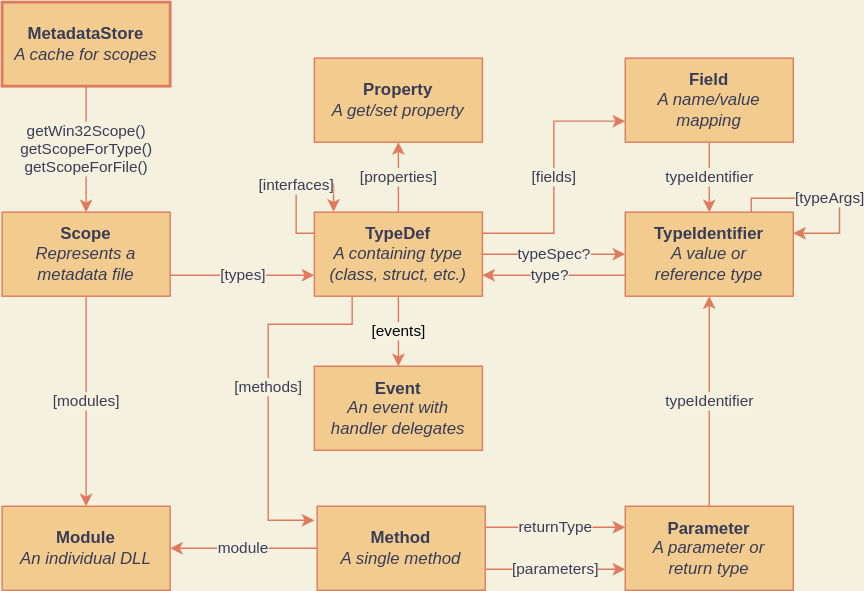
The draw.io diagram metadata.drawio.svg in halildurmus/win32, before a commit. Source tidied: cells renumbered, new cells last; positions are measured from the earlier drawing's top-left corner, leaving out a move shared by most shapes.
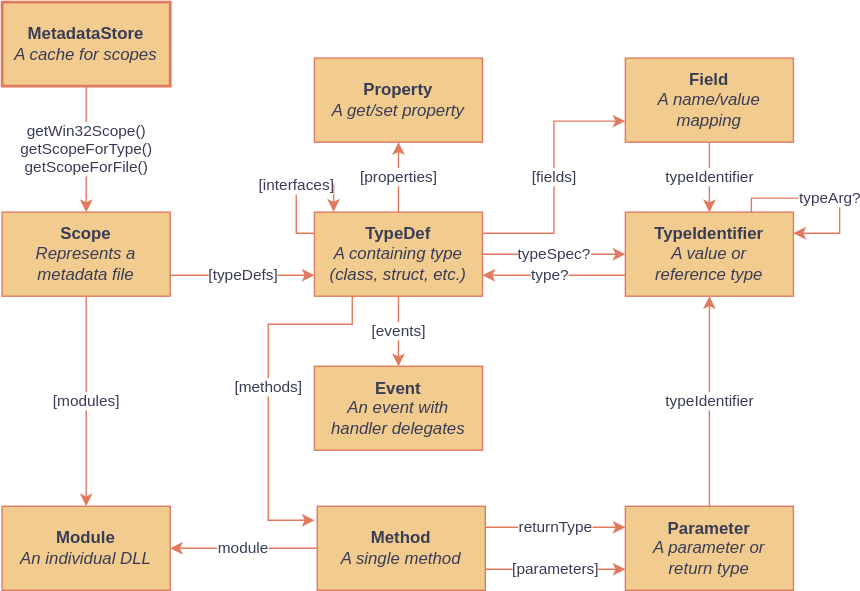
Above is the later version.

What changed in the source:
```diff
@@ -1,17 +1,17 @@
-<mxGraphModel background="#F4F1DE">
+<mxGraphModel>
   <root>
     <mxCell id="0" />
     <mxCell id="1" parent="0" />
-    <mxCell id="2" value="&lt;span style=&quot;&quot;&gt;[properties]&lt;/span&gt;" style="edgeStyle=orthogonalEdgeStyle;rounded=0;jettySize=auto;html=1;strokeColor=#E07A5F;labelBackgroundColor=#F4F1DE;labelBorderColor=none;fontColor=#393C56;" parent="1" edge="1" source="11" target="25">
+    <mxCell id="2" value="&lt;span style=&quot;&quot;&gt;[properties]&lt;/span&gt;" style="edgeStyle=orthogonalEdgeStyle;rounded=0;jettySize=auto;html=1;strokeColor=#E07A5F;labelBackgroundColor=#ffffff;labelBorderColor=none;fontColor=#393C56;" parent="1" edge="1" source="11" target="25">
       <mxGeometry relative="1" as="geometry" />
     </mxCell>
-    <mxCell id="3" value="getWin32Scope()&lt;br&gt;getScopeForType()&lt;br&gt;getScopeForFile()" style="edgeStyle=orthogonalEdgeStyle;rounded=0;jettySize=auto;html=1;strokeColor=#E07A5F;fontColor=#393C56;labelBackgroundColor=#F4F1DE;" parent="1" edge="1" source="4" target="7">
+    <mxCell id="3" value="getWin32Scope()&lt;br&gt;getScopeForType()&lt;br&gt;getScopeForFile()" style="edgeStyle=orthogonalEdgeStyle;rounded=0;jettySize=auto;html=1;strokeColor=#E07A5F;fontColor=#393C56;labelBackgroundColor=#ffffff;" parent="1" edge="1" source="4" target="7">
       <mxGeometry relative="1" as="geometry" />
     </mxCell>
     <mxCell id="4" value="&lt;b&gt;MetadataStore&lt;/b&gt;&lt;br&gt;&lt;i&gt;A cache for scopes&lt;/i&gt;" style="whiteSpace=wrap;html=1;fillColor=#F2CC8F;strokeColor=#E07A5F;fontColor=#393C56;strokeWidth=2;" parent="1" vertex="1">
       <mxGeometry width="120" height="60" as="geometry" />
     </mxCell>
-    <mxCell id="5" value="[types]" style="edgeStyle=orthogonalEdgeStyle;rounded=0;jettySize=auto;html=1;strokeColor=#E07A5F;fontColor=#393C56;labelBackgroundColor=#F4F1DE;exitX=1;exitY=0.75;exitDx=0;exitDy=0;entryX=0;entryY=0.75;entryDx=0;entryDy=0;" parent="1" edge="1" source="7" target="11">
+    <mxCell id="5" value="[typeDefs]" style="edgeStyle=orthogonalEdgeStyle;rounded=0;jettySize=auto;html=1;strokeColor=#E07A5F;fontColor=#393C56;labelBackgroundColor=#ffffff;exitX=1;exitY=0.75;exitDx=0;exitDy=0;entryX=0;entryY=0.75;entryDx=0;entryDy=0;" parent="1" edge="1" source="7" target="11">
       <mxGeometry relative="1" as="geometry">
         <Array as="points">
           <mxPoint x="180" y="195" />
@@ -19,13 +19,13 @@
         </Array>
       </mxGeometry>
     </mxCell>
-    <mxCell id="6" value="[modules]" style="edgeStyle=orthogonalEdgeStyle;rounded=0;jettySize=auto;html=1;exitX=0.5;exitY=1;exitDx=0;exitDy=0;entryX=0.5;entryY=0;entryDx=0;entryDy=0;fillColor=#F2CC8F;strokeColor=#E07A5F;fontColor=#393C56;labelBackgroundColor=#F4F1DE;" parent="1" edge="1" source="7" target="22">
+    <mxCell id="6" value="[modules]" style="edgeStyle=orthogonalEdgeStyle;rounded=0;jettySize=auto;html=1;exitX=0.5;exitY=1;exitDx=0;exitDy=0;entryX=0.5;entryY=0;entryDx=0;entryDy=0;strokeColor=#E07A5F;fontColor=#393C56;labelBackgroundColor=#ffffff;" parent="1" edge="1" source="7" target="22">
       <mxGeometry relative="1" as="geometry" />
     </mxCell>
     <mxCell id="7" value="&lt;b&gt;Scope&lt;/b&gt;&lt;br&gt;&lt;i&gt;Represents a metadata file&lt;/i&gt;" style="whiteSpace=wrap;html=1;fillColor=#F2CC8F;strokeColor=#E07A5F;fontColor=#393C56;" parent="1" vertex="1">
       <mxGeometry y="150" width="120" height="60" as="geometry" />
     </mxCell>
-    <mxCell id="8" value="[methods]" style="edgeStyle=orthogonalEdgeStyle;rounded=0;jettySize=auto;html=1;strokeColor=#E07A5F;fontColor=#393C56;labelBackgroundColor=#F4F1DE;exitX=0.25;exitY=1;exitDx=0;exitDy=0;" parent="1" edge="1" source="11">
+    <mxCell id="8" value="[methods]" style="edgeStyle=orthogonalEdgeStyle;rounded=0;jettySize=auto;html=1;strokeColor=#E07A5F;fontColor=#393C56;labelBackgroundColor=#ffffff;exitX=0.25;exitY=1;exitDx=0;exitDy=0;" parent="1" edge="1" source="11">
       <mxGeometry relative="1" as="geometry">
         <mxPoint x="223" y="370" as="targetPoint" />
         <Array as="points">
@@ -36,7 +36,7 @@
         </Array>
       </mxGeometry>
     </mxCell>
-    <mxCell id="9" value="[interfaces]" style="edgeStyle=orthogonalEdgeStyle;rounded=0;orthogonalLoop=1;jettySize=auto;html=1;exitX=0;exitY=0.25;exitDx=0;exitDy=0;entryX=0.114;entryY=-0.006;entryDx=0;entryDy=0;entryPerimeter=0;strokeColor=#E07A5F;labelBackgroundColor=#F4F1DE;fontColor=#393C56;" parent="1" edge="1" source="11" target="11">
+    <mxCell id="9" value="[interfaces]" style="edgeStyle=orthogonalEdgeStyle;rounded=0;orthogonalLoop=1;jettySize=auto;html=1;exitX=0;exitY=0.25;exitDx=0;exitDy=0;entryX=0.114;entryY=-0.006;entryDx=0;entryDy=0;entryPerimeter=0;strokeColor=#E07A5F;labelBackgroundColor=#ffffff;fontColor=#393C56;" parent="1" edge="1" source="11" target="11">
       <mxGeometry relative="1" as="geometry">
         <Array as="points">
           <mxPoint x="210" y="165" />
@@ -45,37 +45,37 @@
         </Array>
       </mxGeometry>
     </mxCell>
-    <mxCell id="10" value="[events]" style="edgeStyle=orthogonalEdgeStyle;rounded=0;jettySize=auto;html=1;labelBackgroundColor=#F4F1DE;strokeColor=#E07A5F;" parent="1" edge="1" source="11" target="27">
+    <mxCell id="10" value="[events]" style="edgeStyle=orthogonalEdgeStyle;rounded=0;jettySize=auto;html=1;labelBackgroundColor=#ffffff;strokeColor=#E07A5F;fontColor=#393C56;" parent="1" edge="1" source="11" target="27">
       <mxGeometry relative="1" as="geometry" />
     </mxCell>
     <mxCell id="11" value="&lt;b&gt;TypeDef&lt;/b&gt;&lt;br&gt;&lt;i&gt;A containing type (class, struct, etc.)&lt;/i&gt;" style="whiteSpace=wrap;html=1;fillColor=#F2CC8F;strokeColor=#E07A5F;fontColor=#393C56;" parent="1" vertex="1">
       <mxGeometry x="223" y="150" width="120" height="60" as="geometry" />
     </mxCell>
-    <mxCell id="12" value="[parameters]" style="edgeStyle=orthogonalEdgeStyle;rounded=0;jettySize=auto;html=1;exitX=1;exitY=0.75;exitDx=0;exitDy=0;entryX=0;entryY=0.75;entryDx=0;entryDy=0;strokeColor=#E07A5F;fontColor=#393C56;labelBackgroundColor=#F4F1DE;" parent="1" edge="1" source="15" target="17">
+    <mxCell id="12" value="[parameters]" style="edgeStyle=orthogonalEdgeStyle;rounded=0;jettySize=auto;html=1;exitX=1;exitY=0.75;exitDx=0;exitDy=0;entryX=0;entryY=0.75;entryDx=0;entryDy=0;strokeColor=#E07A5F;fontColor=#393C56;labelBackgroundColor=#ffffff;" parent="1" edge="1" source="15" target="17">
       <mxGeometry relative="1" as="geometry" />
     </mxCell>
-    <mxCell id="13" value="returnType" style="edgeStyle=orthogonalEdgeStyle;rounded=0;jettySize=auto;html=1;exitX=1;exitY=0.25;exitDx=0;exitDy=0;entryX=0;entryY=0.25;entryDx=0;entryDy=0;strokeColor=#E07A5F;fontColor=#393C56;labelBackgroundColor=#F4F1DE;" parent="1" edge="1" source="15" target="17">
+    <mxCell id="13" value="returnType" style="edgeStyle=orthogonalEdgeStyle;rounded=0;jettySize=auto;html=1;exitX=1;exitY=0.25;exitDx=0;exitDy=0;entryX=0;entryY=0.25;entryDx=0;entryDy=0;strokeColor=#E07A5F;fontColor=#393C56;labelBackgroundColor=#ffffff;" parent="1" edge="1" source="15" target="17">
       <mxGeometry relative="1" as="geometry" />
     </mxCell>
-    <mxCell id="14" value="module" style="edgeStyle=orthogonalEdgeStyle;rounded=0;sketch=0;jettySize=auto;html=1;exitX=0;exitY=0.5;exitDx=0;exitDy=0;entryX=1;entryY=0.5;entryDx=0;entryDy=0;strokeColor=#E07A5F;fillColor=#F2CC8F;fontColor=#393C56;labelBackgroundColor=#F4F1DE;" parent="1" edge="1" source="15" target="22">
+    <mxCell id="14" value="module" style="edgeStyle=orthogonalEdgeStyle;rounded=0;jettySize=auto;html=1;exitX=0;exitY=0.5;exitDx=0;exitDy=0;entryX=1;entryY=0.5;entryDx=0;entryDy=0;strokeColor=#E07A5F;fontColor=#393C56;labelBackgroundColor=#ffffff;" parent="1" edge="1" source="15" target="22">
       <mxGeometry relative="1" as="geometry" />
     </mxCell>
     <mxCell id="15" value="&lt;b&gt;Method&lt;/b&gt;&lt;br&gt;&lt;i&gt;A single method&lt;/i&gt;" style="whiteSpace=wrap;html=1;fillColor=#F2CC8F;strokeColor=#E07A5F;fontColor=#393C56;" parent="1" vertex="1">
       <mxGeometry x="225" y="360" width="120" height="60" as="geometry" />
     </mxCell>
-    <mxCell id="16" value="typeIdentifier" style="edgeStyle=orthogonalEdgeStyle;rounded=0;jettySize=auto;html=1;strokeColor=#E07A5F;fontColor=#393C56;labelBackgroundColor=#F4F1DE;" parent="1" edge="1" source="17" target="19">
+    <mxCell id="16" value="typeIdentifier" style="edgeStyle=orthogonalEdgeStyle;rounded=0;jettySize=auto;html=1;strokeColor=#E07A5F;fontColor=#393C56;labelBackgroundColor=#ffffff;" parent="1" edge="1" source="17" target="19">
       <mxGeometry relative="1" as="geometry" />
     </mxCell>
     <mxCell id="17" value="&lt;b&gt;Parameter&lt;/b&gt;&lt;br&gt;&lt;i&gt;A parameter or &lt;br&gt;return type&lt;/i&gt;" style="whiteSpace=wrap;html=1;fillColor=#F2CC8F;strokeColor=#E07A5F;fontColor=#393C56;" parent="1" vertex="1">
       <mxGeometry x="445" y="360" width="120" height="60" as="geometry" />
     </mxCell>
-    <mxCell id="18" value="type?" style="edgeStyle=orthogonalEdgeStyle;rounded=0;jettySize=auto;html=1;exitX=0;exitY=0.75;exitDx=0;exitDy=0;entryX=1;entryY=0.75;entryDx=0;entryDy=0;strokeColor=#E07A5F;fontColor=#393C56;labelBackgroundColor=#F4F1DE;" parent="1" edge="1" source="19" target="11">
+    <mxCell id="18" value="type?" style="edgeStyle=orthogonalEdgeStyle;rounded=0;jettySize=auto;html=1;exitX=0;exitY=0.75;exitDx=0;exitDy=0;entryX=1;entryY=0.75;entryDx=0;entryDy=0;strokeColor=#E07A5F;fontColor=#393C56;labelBackgroundColor=#ffffff;" parent="1" edge="1" source="19" target="11">
       <mxGeometry x="0.06" relative="1" as="geometry" />
     </mxCell>
     <mxCell id="19" value="&lt;b&gt;TypeIdentifier&lt;br&gt;&lt;/b&gt;&lt;i&gt;A value or &lt;br&gt;reference type&lt;/i&gt;" style="whiteSpace=wrap;html=1;fillColor=#F2CC8F;strokeColor=#E07A5F;fontColor=#393C56;" parent="1" vertex="1">
       <mxGeometry x="445" y="150" width="120" height="60" as="geometry" />
     </mxCell>
-    <mxCell id="20" value="[typeArgs]" style="edgeStyle=orthogonalEdgeStyle;rounded=0;orthogonalLoop=1;jettySize=auto;html=1;exitX=0.75;exitY=0;exitDx=0;exitDy=0;entryX=1;entryY=0.25;entryDx=0;entryDy=0;strokeColor=#E07A5F;fontColor=#393C56;labelBackgroundColor=#F4F1DE;" parent="1" edge="1" source="19" target="19">
+    <mxCell id="20" value="typeArg?" style="edgeStyle=orthogonalEdgeStyle;rounded=0;orthogonalLoop=1;jettySize=auto;html=1;exitX=0.75;exitY=0;exitDx=0;exitDy=0;entryX=1;entryY=0.25;entryDx=0;entryDy=0;strokeColor=#E07A5F;fontColor=#393C56;labelBackgroundColor=#ffffff;" parent="1" edge="1" source="19" target="19">
       <mxGeometry relative="1" as="geometry">
         <Array as="points">
           <mxPoint x="535" y="140" />
@@ -90,10 +90,10 @@
     <mxCell id="22" value="&lt;b&gt;Module&lt;br&gt;&lt;/b&gt;&lt;i&gt;An individual DLL&lt;/i&gt;" style="whiteSpace=wrap;html=1;fillColor=#F2CC8F;strokeColor=#E07A5F;fontColor=#393C56;" parent="1" vertex="1">
       <mxGeometry y="360" width="120" height="60" as="geometry" />
     </mxCell>
-    <mxCell id="23" value="[fields]" style="edgeStyle=orthogonalEdgeStyle;rounded=0;jettySize=auto;html=1;exitX=1;exitY=0.25;exitDx=0;exitDy=0;strokeColor=#E07A5F;fontColor=#393C56;labelBackgroundColor=#F4F1DE;entryX=0;entryY=0.75;entryDx=0;entryDy=0;" parent="1" edge="1" source="11" target="21">
+    <mxCell id="23" value="[fields]" style="edgeStyle=orthogonalEdgeStyle;rounded=0;jettySize=auto;html=1;exitX=1;exitY=0.25;exitDx=0;exitDy=0;strokeColor=#E07A5F;fontColor=#393C56;labelBackgroundColor=#ffffff;entryX=0;entryY=0.75;entryDx=0;entryDy=0;" parent="1" edge="1" source="11" target="21">
       <mxGeometry relative="1" as="geometry" />
     </mxCell>
-    <mxCell id="24" value="typeIdentifier" style="edgeStyle=orthogonalEdgeStyle;rounded=0;jettySize=auto;html=1;strokeColor=#E07A5F;fontColor=#393C56;labelBackgroundColor=#F4F1DE;exitX=0.5;exitY=1;exitDx=0;exitDy=0;" parent="1" edge="1" source="21">
+    <mxCell id="24" value="typeIdentifier" style="edgeStyle=orthogonalEdgeStyle;rounded=0;jettySize=auto;html=1;strokeColor=#E07A5F;fontColor=#393C56;labelBackgroundColor=#ffffff;exitX=0.5;exitY=1;exitDx=0;exitDy=0;" parent="1" edge="1" source="21">
       <mxGeometry relative="1" as="geometry">
         <mxPoint x="505" y="150" as="targetPoint" />
       </mxGeometry>
@@ -101,7 +101,7 @@
     <mxCell id="25" value="&lt;b&gt;Property&lt;br&gt;&lt;/b&gt;&lt;i&gt;A get/set property&lt;/i&gt;" style="whiteSpace=wrap;html=1;fillColor=#F2CC8F;strokeColor=#E07A5F;fontColor=#393C56;" parent="1" vertex="1">
       <mxGeometry x="223" y="40" width="120" height="60" as="geometry" />
     </mxCell>
-    <mxCell id="26" value="typeSpec?" style="edgeStyle=orthogonalEdgeStyle;rounded=0;jettySize=auto;html=1;exitX=1;exitY=0.5;exitDx=0;exitDy=0;strokeColor=#E07A5F;fontColor=#393C56;labelBackgroundColor=#F4F1DE;entryX=0;entryY=0.5;entryDx=0;entryDy=0;" parent="1" edge="1" source="11" target="19">
+    <mxCell id="26" value="typeSpec?" style="edgeStyle=orthogonalEdgeStyle;rounded=0;jettySize=auto;html=1;exitX=1;exitY=0.5;exitDx=0;exitDy=0;strokeColor=#E07A5F;fontColor=#393C56;labelBackgroundColor=#ffffff;entryX=0;entryY=0.5;entryDx=0;entryDy=0;" parent="1" edge="1" source="11" target="19">
       <mxGeometry relative="1" as="geometry" />
     </mxCell>
     <mxCell id="27" value="&lt;b&gt;Event&lt;/b&gt;&lt;br&gt;&lt;i&gt;An event with &lt;br&gt;handler delegates&lt;/i&gt;" style="whiteSpace=wrap;html=1;fillColor=#F2CC8F;strokeColor=#E07A5F;fontColor=#393C56;" parent="1" vertex="1">
```
